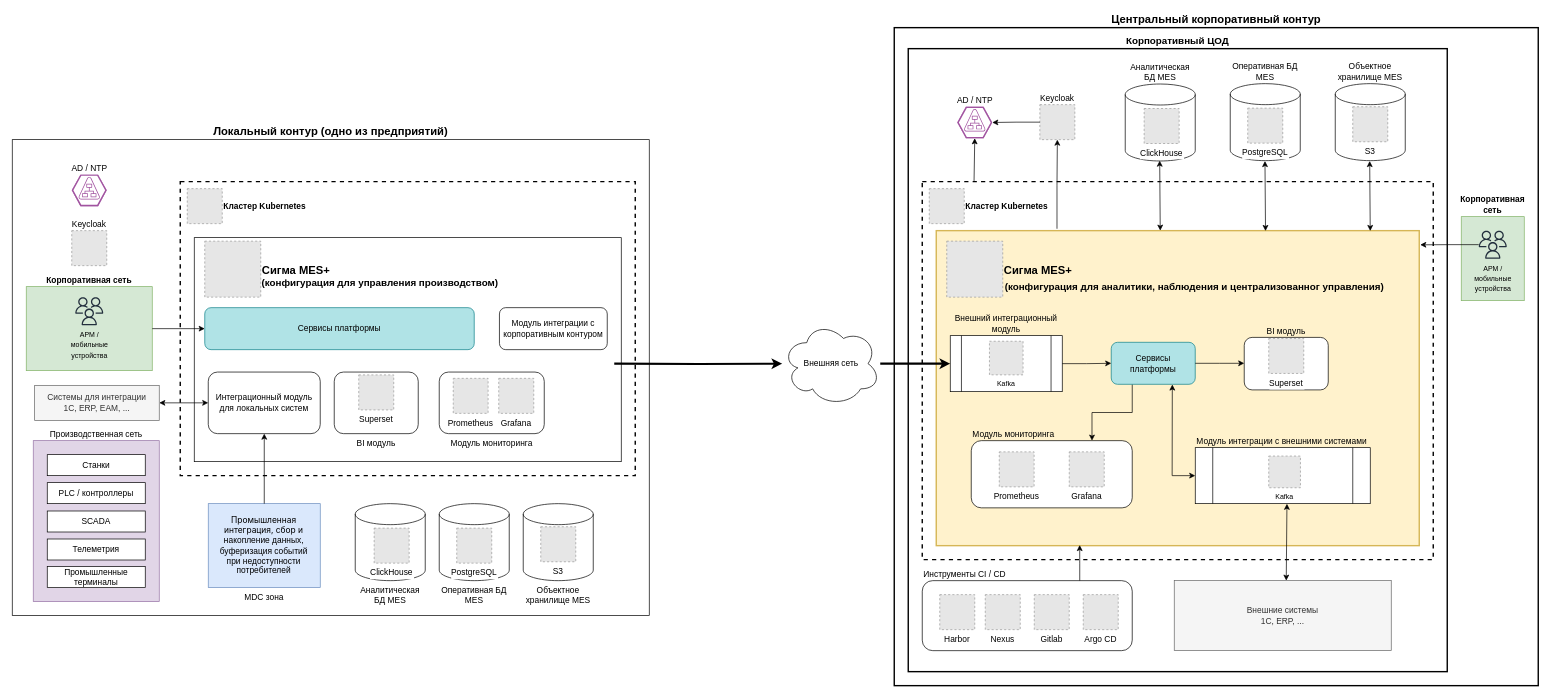
myhivedev/mes-doc keeps this draw.io diagram as Архитектура/v1/Диаграммы/Технологическая архитектура.drawio. Above is the earlier version. Source tidied: cells renumbered, new cells numbered last; positions are measured from the earlier drawing's top-left corner, leaving out a move shared by most shapes. Both pictures are drawn from the tidied source at 70%, with x=0, y=0 at pixel (12, 27). Pictures stored in the file or linked from it are replaced by grey dashed boxes.
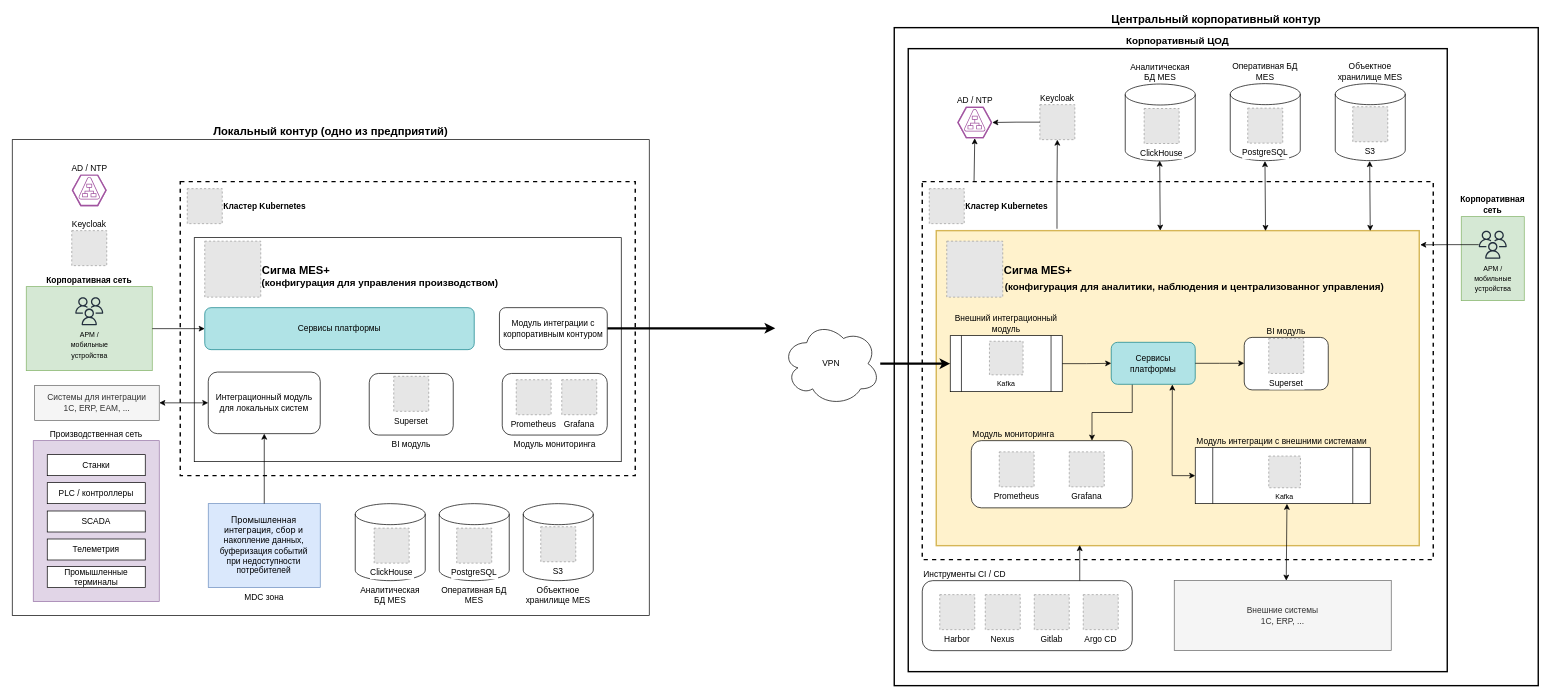
Above is the later version.

The edit, as a diff of the source:
```diff
@@
-    <mxCell id="12" value="Внешняя сеть" style="ellipse;shape=cloud;whiteSpace=wrap;html=1;" parent="1" vertex="1">
+    <mxCell id="12" value="VPN" style="ellipse;shape=cloud;whiteSpace=wrap;html=1;" parent="1" vertex="1">
       <mxGeometry x="1100" y="420" width="140" height="120" as="geometry" />
     </mxCell>
-    <mxCell id="13" style="edgeStyle=orthogonalEdgeStyle;rounded=0;jettySize=auto;html=1;exitX=1;exitY=0.5;exitDx=0;exitDy=0;strokeWidth=3;" parent="1" edge="1" target="12">
+    <mxCell id="13" style="edgeStyle=orthogonalEdgeStyle;rounded=0;orthogonalLoop=1;jettySize=auto;html=1;exitX=1;exitY=0.5;exitDx=0;exitDy=0;strokeWidth=3;" parent="1" edge="1">
       <mxGeometry relative="1" as="geometry">
-        <mxPoint x="860" y="480" as="sourcePoint" />
+        <mxPoint x="850" y="429.6" as="sourcePoint" />
+        <mxPoint x="1090" y="429.6" as="targetPoint" />
       </mxGeometry>
     </mxCell>
@@
     <mxCell id="67" style="group;labelPosition=center;verticalLabelPosition=bottom;align=center;verticalAlign=top;" parent="1" vertex="1">
-      <mxGeometry x="460" y="492" width="120" height="88" as="geometry" />
+      <mxGeometry x="510" y="494" width="120" height="88" as="geometry" />
     </mxCell>
@@
-    <mxCell id="77" value="Модуль мониторинга" style="rounded=1;whiteSpace=wrap;html=1;labelPosition=center;verticalLabelPosition=bottom;align=center;verticalAlign=top;" parent="1" vertex="1">
-      <mxGeometry x="610" y="492" width="150" height="88" as="geometry" />
-    </mxCell>
-    <mxCell id="78" value="Prometheus" style="fillColor=#E6E6E6;strokeColor=#999999;dashed=1;verticalLabelPosition=bottom;labelBackgroundColor=default;verticalAlign=top;" parent="1" vertex="1">
-      <mxGeometry x="630" y="501" width="49.8" height="50" as="geometry" />
-    </mxCell>
-    <mxCell id="79" value="Grafana" style="fillColor=#E6E6E6;strokeColor=#999999;dashed=1;verticalLabelPosition=bottom;labelBackgroundColor=default;verticalAlign=top;" parent="1" vertex="1">
-      <mxGeometry x="695" y="501" width="50" height="50" as="geometry" />
-    </mxCell>
@@
+    <mxCell id="99" style="group;" parent="1" vertex="1">
+      <mxGeometry x="700" y="494" width="150" height="88" as="geometry" />
+    </mxCell>
+    <mxCell id="77" value="Модуль мониторинга" style="rounded=1;whiteSpace=wrap;html=1;labelPosition=center;verticalLabelPosition=bottom;align=center;verticalAlign=top;" parent="99" vertex="1">
+      <mxGeometry width="150" height="88" as="geometry" />
+    </mxCell>
+    <mxCell id="78" value="Prometheus" style="fillColor=#E6E6E6;strokeColor=#999999;dashed=1;verticalLabelPosition=bottom;labelBackgroundColor=default;verticalAlign=top;" parent="99" vertex="1">
+      <mxGeometry x="20" y="9" width="49.8" height="50" as="geometry" />
+    </mxCell>
+    <mxCell id="79" value="Grafana" style="fillColor=#E6E6E6;strokeColor=#999999;dashed=1;verticalLabelPosition=bottom;labelBackgroundColor=default;verticalAlign=top;" parent="99" vertex="1">
+      <mxGeometry x="85" y="9" width="50" height="50" as="geometry" />
+    </mxCell>
```
